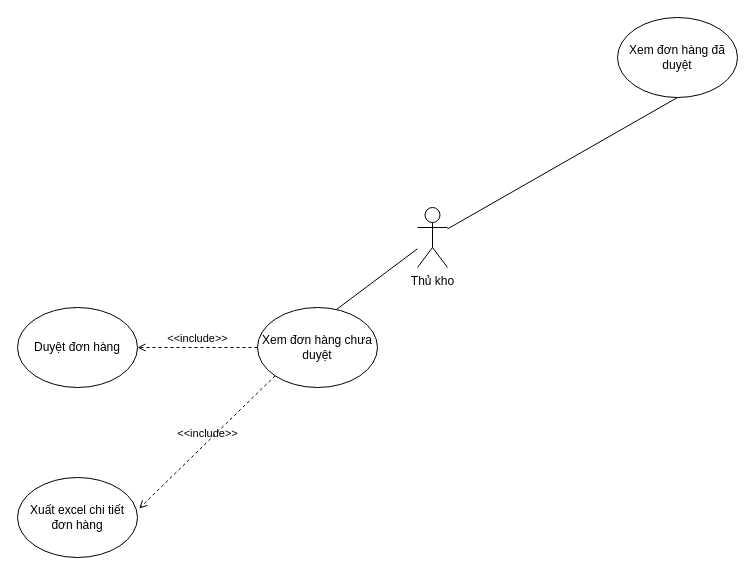
Before: UsecaseStocker.drawio in NguyenQuocAn99/MyDiagram, a draw.io diagram. Source tidied: cells renumbered, new cells numbered last; positions are measured from the earlier drawing's top-left corner, leaving out a move shared by most shapes. Both pictures are drawn from the tidied source at 100%, with x=0, y=0 at pixel (17, 17).
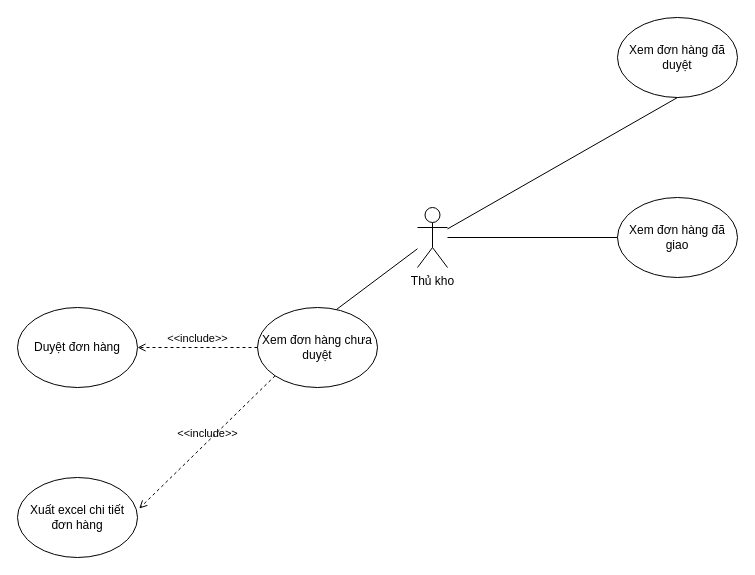
The same diagram, later.

The edit, as a diff of the source:
```diff
@@
 <mxGraphModel>
   <root>
     <mxCell id="0" />
     <mxCell id="1" parent="0" />
     <mxCell id="2" value="Thủ kho" style="shape=umlActor;verticalLabelPosition=bottom;verticalAlign=top;html=1;outlineConnect=0;" parent="1" vertex="1">
       <mxGeometry x="400" y="190" width="30" height="60" as="geometry" />
     </mxCell>
     <mxCell id="3" value="Xem đơn hàng chưa duyệt" style="ellipse;whiteSpace=wrap;html=1;" parent="1" vertex="1">
       <mxGeometry x="240" y="290" width="120" height="80" as="geometry" />
     </mxCell>
     <mxCell id="4" value="Xem đơn hàng đã duyệt" style="ellipse;whiteSpace=wrap;html=1;" parent="1" vertex="1">
       <mxGeometry x="600" width="120" height="80" as="geometry" />
     </mxCell>
     <mxCell id="5" style="endArrow=none;html=1;exitX=0.659;exitY=0.024;exitDx=0;exitDy=0;exitPerimeter=0;" parent="1" edge="1" source="3" target="2">
       <mxGeometry relative="1" as="geometry" />
     </mxCell>
     <mxCell id="6" style="endArrow=none;html=1;entryX=0.5;entryY=1;entryDx=0;entryDy=0;" parent="1" edge="1" source="2" target="4">
       <mxGeometry relative="1" as="geometry" />
     </mxCell>
     <mxCell id="7" value="Duyệt đơn hàng" style="ellipse;whiteSpace=wrap;html=1;" parent="1" vertex="1">
       <mxGeometry y="290" width="120" height="80" as="geometry" />
     </mxCell>
     <mxCell id="8" value="Xuất excel chi tiết đơn hàng" style="ellipse;whiteSpace=wrap;html=1;" parent="1" vertex="1">
       <mxGeometry y="460" width="120" height="80" as="geometry" />
     </mxCell>
     <mxCell id="9" value="&amp;lt;&amp;lt;include&amp;gt;&amp;gt;" style="html=1;verticalAlign=bottom;labelBackgroundColor=none;endArrow=open;endFill=0;dashed=1;exitX=0;exitY=0.5;exitDx=0;exitDy=0;entryX=1;entryY=0.5;entryDx=0;entryDy=0;" parent="1" edge="1" source="3" target="7">
       <mxGeometry relative="1" as="geometry" />
     </mxCell>
     <mxCell id="10" value="&amp;lt;&amp;lt;include&amp;gt;&amp;gt;" style="html=1;verticalAlign=bottom;labelBackgroundColor=none;endArrow=open;endFill=0;dashed=1;exitX=0;exitY=1;exitDx=0;exitDy=0;entryX=1.014;entryY=0.388;entryDx=0;entryDy=0;entryPerimeter=0;" parent="1" edge="1" source="3" target="8">
       <mxGeometry relative="1" as="geometry" />
     </mxCell>
+    <mxCell id="11" value="Xem đơn hàng đã giao" style="ellipse;whiteSpace=wrap;html=1;" parent="1" vertex="1">
+      <mxGeometry x="600" y="180" width="120" height="80" as="geometry" />
+    </mxCell>
+    <mxCell id="12" style="endArrow=none;html=1;entryX=0;entryY=0.5;entryDx=0;entryDy=0;" parent="1" edge="1" source="2" target="11">
+      <mxGeometry relative="1" as="geometry" />
+    </mxCell>
   </root>
 </mxGraphModel>
```
